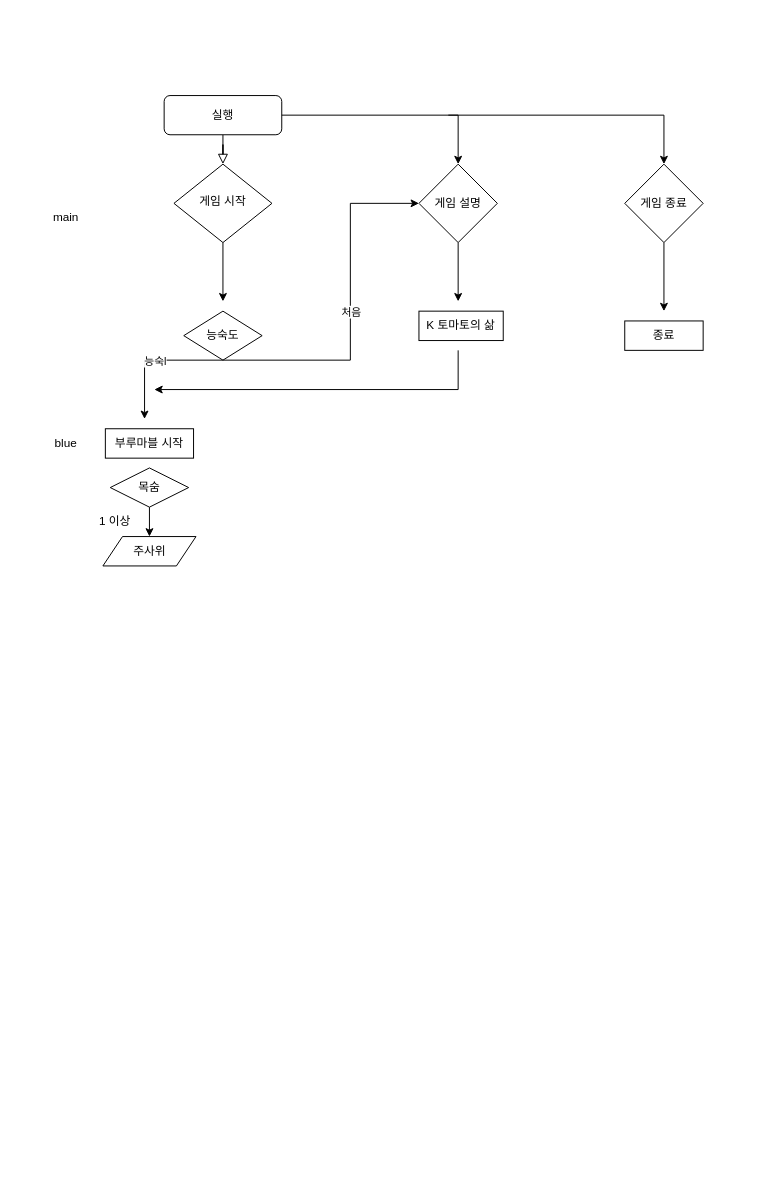
Earlier version of the draw.io diagram Untitled Diagram.drawio (tomatozoo/tomato_pygame_code). Source tidied: cells renumbered, new cells numbered last; positions are measured from the earlier drawing's top-left corner, leaving out a move shared by most shapes. Both pictures are drawn from the tidied source at 98%, with x=0, y=0 at pixel (36, 95).
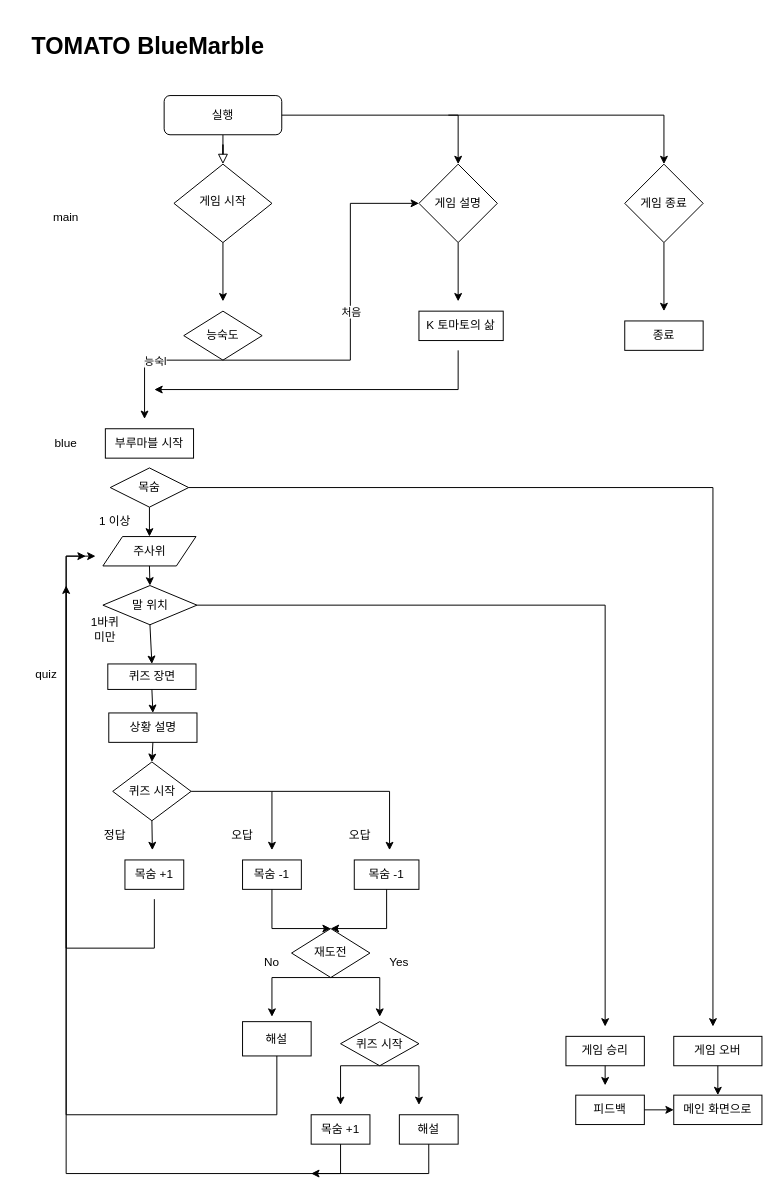
The same diagram, later.

Unchanged cells that the change refers to:
```xml
<mxCell id="22" value="목숨" style="rhombus;whiteSpace=wrap;html=1;" parent="1" vertex="1">
  <mxGeometry x="75" y="380" width="80" height="40" as="geometry" />
</mxCell>
<mxCell id="26" value="주사위" style="shape=parallelogram;perimeter=parallelogramPerimeter;whiteSpace=wrap;html=1;fixedSize=1;" parent="1" vertex="1">
  <mxGeometry x="67.5" y="450" width="95" height="30" as="geometry" />
</mxCell>
```

Change to the diagram source:
```diff
@@
+    <mxCell id="27" style="endArrow=classic;html=1;rounded=0;exitX=1;exitY=0.5;exitDx=0;exitDy=0;" parent="1" edge="1" source="22">
+      <mxGeometry relative="1" as="geometry">
+        <mxPoint x="690" y="950" as="targetPoint" />
+        <Array as="points">
+          <mxPoint x="690" y="400" />
+        </Array>
+      </mxGeometry>
+    </mxCell>
+    <mxCell id="28" value="게임 오버" style="rounded=0;whiteSpace=wrap;html=1;" parent="1" vertex="1">
+      <mxGeometry x="650" y="960" width="90" height="30" as="geometry" />
+    </mxCell>
+    <mxCell id="29" value="메인 화면으로" style="rounded=0;whiteSpace=wrap;html=1;" parent="1" vertex="1">
+      <mxGeometry x="650" y="1020" width="90" height="30" as="geometry" />
+    </mxCell>
+    <mxCell id="30" style="endArrow=classic;html=1;rounded=0;exitX=0.5;exitY=1;exitDx=0;exitDy=0;entryX=0.5;entryY=0;entryDx=0;entryDy=0;" parent="1" edge="1" source="28" target="29">
+      <mxGeometry relative="1" as="geometry" />
+    </mxCell>
+    <mxCell id="31" value="퀴즈 장면" style="rounded=0;whiteSpace=wrap;html=1;" parent="1" vertex="1">
+      <mxGeometry x="72.5" y="580" width="90" height="26" as="geometry" />
+    </mxCell>
+    <mxCell id="32" value="상황 설명" style="rounded=0;whiteSpace=wrap;html=1;" parent="1" vertex="1">
+      <mxGeometry x="73.5" y="630" width="90" height="30" as="geometry" />
+    </mxCell>
+    <mxCell id="33" value="quiz" style="text;html=1;strokeColor=none;fillColor=none;align=center;verticalAlign=middle;whiteSpace=wrap;rounded=0;" parent="1" vertex="1">
+      <mxGeometry x="-20" y="576" width="60" height="30" as="geometry" />
+    </mxCell>
+    <mxCell id="34" style="endArrow=classic;html=1;rounded=0;exitX=0.5;exitY=1;exitDx=0;exitDy=0;entryX=0.5;entryY=0;entryDx=0;entryDy=0;" parent="1" edge="1" source="31" target="32">
+      <mxGeometry relative="1" as="geometry" />
+    </mxCell>
+    <mxCell id="35" value="퀴즈 시작" style="rhombus;whiteSpace=wrap;html=1;" parent="1" vertex="1">
+      <mxGeometry x="77.5" y="680" width="80" height="60" as="geometry" />
+    </mxCell>
+    <mxCell id="36" style="endArrow=classic;html=1;rounded=0;exitX=0.5;exitY=1;exitDx=0;exitDy=0;entryX=0.5;entryY=0;entryDx=0;entryDy=0;" parent="1" edge="1" source="32" target="35">
+      <mxGeometry relative="1" as="geometry" />
+    </mxCell>
+    <mxCell id="37" style="endArrow=classic;html=1;rounded=0;exitX=0.5;exitY=1;exitDx=0;exitDy=0;" parent="1" edge="1" source="35">
+      <mxGeometry relative="1" as="geometry">
+        <mxPoint x="118" y="770" as="targetPoint" />
+      </mxGeometry>
+    </mxCell>
+    <mxCell id="38" style="endArrow=classic;html=1;rounded=0;exitX=1;exitY=0.5;exitDx=0;exitDy=0;" parent="1" edge="1" source="35">
+      <mxGeometry relative="1" as="geometry">
+        <mxPoint x="240" y="770" as="targetPoint" />
+        <Array as="points">
+          <mxPoint x="240" y="710" />
+        </Array>
+      </mxGeometry>
+    </mxCell>
+    <mxCell id="39" value="피드백" style="rounded=0;whiteSpace=wrap;html=1;" parent="1" vertex="1">
+      <mxGeometry x="550" y="1020" width="70" height="30" as="geometry" />
+    </mxCell>
+    <mxCell id="40" value="말 위치" style="rhombus;whiteSpace=wrap;html=1;" parent="1" vertex="1">
+      <mxGeometry x="67.5" y="500" width="96" height="40" as="geometry" />
+    </mxCell>
+    <mxCell id="41" style="endArrow=classic;html=1;rounded=0;exitX=0.5;exitY=1;exitDx=0;exitDy=0;entryX=0.5;entryY=0;entryDx=0;entryDy=0;" parent="1" edge="1" source="26" target="40">
+      <mxGeometry relative="1" as="geometry" />
+    </mxCell>
+    <mxCell id="42" style="endArrow=classic;html=1;rounded=0;exitX=0.5;exitY=1;exitDx=0;exitDy=0;entryX=0.5;entryY=0;entryDx=0;entryDy=0;" parent="1" edge="1" source="40" target="31">
+      <mxGeometry relative="1" as="geometry" />
+    </mxCell>
+    <mxCell id="43" value="1바퀴 &lt;br&gt;미만" style="text;html=1;strokeColor=none;fillColor=none;align=center;verticalAlign=middle;whiteSpace=wrap;rounded=0;" parent="1" vertex="1">
+      <mxGeometry x="40" y="530" width="60" height="30" as="geometry" />
+    </mxCell>
+    <mxCell id="44" style="endArrow=classic;html=1;rounded=0;exitX=1;exitY=0.5;exitDx=0;exitDy=0;" parent="1" edge="1" source="40">
+      <mxGeometry relative="1" as="geometry">
+        <mxPoint x="580" y="950" as="targetPoint" />
+        <Array as="points">
+          <mxPoint x="580" y="520" />
+        </Array>
+      </mxGeometry>
+    </mxCell>
+    <mxCell id="45" value="게임 승리" style="rounded=0;whiteSpace=wrap;html=1;" parent="1" vertex="1">
+      <mxGeometry x="540" y="960" width="80" height="30" as="geometry" />
+    </mxCell>
+    <mxCell id="46" style="endArrow=classic;html=1;rounded=0;exitX=0.5;exitY=1;exitDx=0;exitDy=0;" parent="1" edge="1" source="45">
+      <mxGeometry relative="1" as="geometry">
+        <mxPoint x="580" y="1010" as="targetPoint" />
+      </mxGeometry>
+    </mxCell>
+    <mxCell id="47" style="endArrow=classic;html=1;rounded=0;exitX=1;exitY=0.5;exitDx=0;exitDy=0;entryX=0;entryY=0.5;entryDx=0;entryDy=0;" parent="1" edge="1" source="39" target="29">
+      <mxGeometry relative="1" as="geometry" />
+    </mxCell>
+    <mxCell id="48" style="endArrow=classic;html=1;rounded=0;" parent="1" edge="1">
+      <mxGeometry relative="1" as="geometry">
+        <mxPoint x="240" y="710" as="sourcePoint" />
+        <mxPoint x="360" y="770" as="targetPoint" />
+        <Array as="points">
+          <mxPoint x="360" y="710" />
+        </Array>
+      </mxGeometry>
+    </mxCell>
+    <mxCell id="49" value="정답" style="text;html=1;strokeColor=none;fillColor=none;align=center;verticalAlign=middle;whiteSpace=wrap;rounded=0;" parent="1" vertex="1">
+      <mxGeometry x="50" y="740" width="60" height="30" as="geometry" />
+    </mxCell>
+    <mxCell id="50" value="오답" style="text;html=1;strokeColor=none;fillColor=none;align=center;verticalAlign=middle;whiteSpace=wrap;rounded=0;" parent="1" vertex="1">
+      <mxGeometry x="180" y="740" width="60" height="30" as="geometry" />
+    </mxCell>
+    <mxCell id="51" value="오답" style="text;html=1;strokeColor=none;fillColor=none;align=center;verticalAlign=middle;whiteSpace=wrap;rounded=0;" parent="1" vertex="1">
+      <mxGeometry x="300" y="740" width="60" height="30" as="geometry" />
+    </mxCell>
+    <mxCell id="52" value="목숨 +1" style="rounded=0;whiteSpace=wrap;html=1;" parent="1" vertex="1">
+      <mxGeometry x="90" y="780" width="60" height="30" as="geometry" />
+    </mxCell>
+    <mxCell id="53" value="목숨 -1" style="rounded=0;whiteSpace=wrap;html=1;" parent="1" vertex="1">
+      <mxGeometry x="210" y="780" width="60" height="30" as="geometry" />
+    </mxCell>
+    <mxCell id="54" value="목숨 -1" style="rounded=0;whiteSpace=wrap;html=1;" parent="1" vertex="1">
+      <mxGeometry x="324" y="780" width="66" height="30" as="geometry" />
+    </mxCell>
+    <mxCell id="55" style="endArrow=classic;html=1;rounded=0;" parent="1" edge="1">
+      <mxGeometry relative="1" as="geometry">
+        <mxPoint x="120" y="820" as="sourcePoint" />
+        <mxPoint x="60" y="470" as="targetPoint" />
+        <Array as="points">
+          <mxPoint x="120" y="870" />
+          <mxPoint x="30" y="870" />
+          <mxPoint x="30" y="470" />
+        </Array>
+      </mxGeometry>
+    </mxCell>
+    <mxCell id="56" value="재도전" style="rhombus;whiteSpace=wrap;html=1;" parent="1" vertex="1">
+      <mxGeometry x="260" y="850" width="80" height="50" as="geometry" />
+    </mxCell>
+    <mxCell id="57" style="endArrow=classic;html=1;rounded=0;exitX=0.5;exitY=1;exitDx=0;exitDy=0;entryX=0.5;entryY=0;entryDx=0;entryDy=0;" parent="1" edge="1" source="53" target="56">
+      <mxGeometry relative="1" as="geometry">
+        <Array as="points">
+          <mxPoint x="240" y="850" />
+        </Array>
+      </mxGeometry>
+    </mxCell>
+    <mxCell id="58" style="endArrow=classic;html=1;rounded=0;exitX=0.5;exitY=1;exitDx=0;exitDy=0;entryX=0.5;entryY=0;entryDx=0;entryDy=0;" parent="1" edge="1" source="54" target="56">
+      <mxGeometry relative="1" as="geometry">
+        <Array as="points">
+          <mxPoint x="357" y="850" />
+        </Array>
+      </mxGeometry>
+    </mxCell>
+    <mxCell id="59" style="endArrow=classic;html=1;rounded=0;" parent="1" edge="1">
+      <mxGeometry relative="1" as="geometry">
+        <mxPoint x="300" y="900" as="sourcePoint" />
+        <mxPoint x="350" y="940" as="targetPoint" />
+        <Array as="points">
+          <mxPoint x="350" y="900" />
+        </Array>
+      </mxGeometry>
+    </mxCell>
+    <mxCell id="60" value="No" style="text;html=1;strokeColor=none;fillColor=none;align=center;verticalAlign=middle;whiteSpace=wrap;rounded=0;" parent="1" vertex="1">
+      <mxGeometry x="210" y="870" width="60" height="30" as="geometry" />
+    </mxCell>
+    <mxCell id="61" value="Yes" style="text;html=1;strokeColor=none;fillColor=none;align=center;verticalAlign=middle;whiteSpace=wrap;rounded=0;" parent="1" vertex="1">
+      <mxGeometry x="340" y="870" width="60" height="30" as="geometry" />
+    </mxCell>
+    <mxCell id="62" style="endArrow=classic;html=1;rounded=0;exitX=0.5;exitY=1;exitDx=0;exitDy=0;" parent="1" edge="1" source="56">
+      <mxGeometry relative="1" as="geometry">
+        <mxPoint x="240" y="940" as="targetPoint" />
+        <Array as="points">
+          <mxPoint x="240" y="900" />
+        </Array>
+      </mxGeometry>
+    </mxCell>
+    <mxCell id="63" value="해설" style="rounded=0;whiteSpace=wrap;html=1;" parent="1" vertex="1">
+      <mxGeometry x="210" y="945" width="70" height="35" as="geometry" />
+    </mxCell>
+    <mxCell id="64" style="endArrow=classic;html=1;rounded=0;exitX=0.5;exitY=1;exitDx=0;exitDy=0;exitPerimeter=0;" parent="1" edge="1" source="63">
+      <mxGeometry relative="1" as="geometry">
+        <mxPoint x="50" y="470" as="targetPoint" />
+        <Array as="points">
+          <mxPoint x="245" y="1040" />
+          <mxPoint x="30" y="1040" />
+          <mxPoint x="30" y="470" />
+        </Array>
+      </mxGeometry>
+    </mxCell>
+    <mxCell id="65" value="퀴즈 시작" style="rhombus;whiteSpace=wrap;html=1;" parent="1" vertex="1">
+      <mxGeometry x="310" y="945" width="80" height="45" as="geometry" />
+    </mxCell>
+    <mxCell id="66" style="endArrow=classic;html=1;rounded=0;exitX=0.5;exitY=1;exitDx=0;exitDy=0;" parent="1" edge="1" source="65">
+      <mxGeometry relative="1" as="geometry">
+        <mxPoint x="310" y="1030" as="targetPoint" />
+        <Array as="points">
+          <mxPoint x="310" y="990" />
+        </Array>
+      </mxGeometry>
+    </mxCell>
+    <mxCell id="67" style="endArrow=classic;html=1;rounded=0;exitX=0.5;exitY=1;exitDx=0;exitDy=0;" parent="1" edge="1" source="65">
+      <mxGeometry relative="1" as="geometry">
+        <mxPoint x="390" y="1030" as="targetPoint" />
+        <Array as="points">
+          <mxPoint x="390" y="990" />
+        </Array>
+      </mxGeometry>
+    </mxCell>
+    <mxCell id="68" value="목숨 +1" style="rounded=0;whiteSpace=wrap;html=1;" parent="1" vertex="1">
+      <mxGeometry x="280" y="1040" width="60" height="30" as="geometry" />
+    </mxCell>
+    <mxCell id="69" value="해설" style="rounded=0;whiteSpace=wrap;html=1;" parent="1" vertex="1">
+      <mxGeometry x="370" y="1040" width="60" height="30" as="geometry" />
+    </mxCell>
+    <mxCell id="70" style="endArrow=classic;html=1;rounded=0;exitX=0.5;exitY=1;exitDx=0;exitDy=0;" parent="1" edge="1" source="68">
+      <mxGeometry relative="1" as="geometry">
+        <mxPoint x="30" y="500" as="targetPoint" />
+        <Array as="points">
+          <mxPoint x="310" y="1100" />
+          <mxPoint x="30" y="1100" />
+        </Array>
+      </mxGeometry>
+    </mxCell>
+    <mxCell id="71" style="endArrow=classic;html=1;rounded=0;exitX=0.5;exitY=1;exitDx=0;exitDy=0;" parent="1" edge="1" source="69">
+      <mxGeometry relative="1" as="geometry">
+        <mxPoint x="280" y="1100" as="targetPoint" />
+        <Array as="points">
+          <mxPoint x="400" y="1100" />
+        </Array>
+      </mxGeometry>
+    </mxCell>
+    <mxCell id="72" value="&lt;h1&gt;TOMATO BlueMarble&lt;/h1&gt;" style="text;html=1;strokeColor=none;fillColor=none;spacing=5;spacingTop=-20;whiteSpace=wrap;overflow=hidden;rounded=0;" parent="1" vertex="1">
+      <mxGeometry x="-10" y="-70" width="280" height="40" as="geometry" />
+    </mxCell>
```
